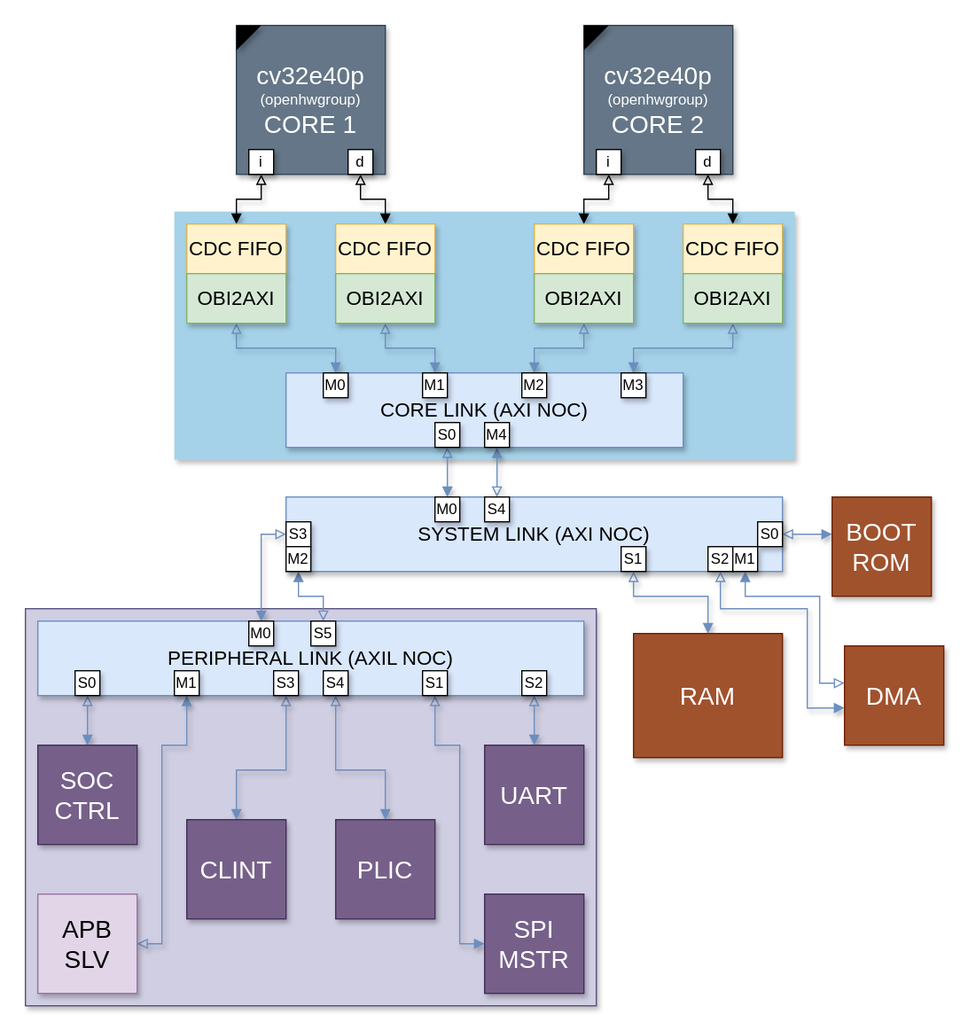
This is document/svg/dual_helix_noc_indexes.svg from DSi-VLSI/dual-helix-soc, a draw.io export, as it was before one commit. Source tidied: cells renumbered, new cells last; positions are measured from the earlier drawing's top-left corner, leaving out a move shared by most shapes.
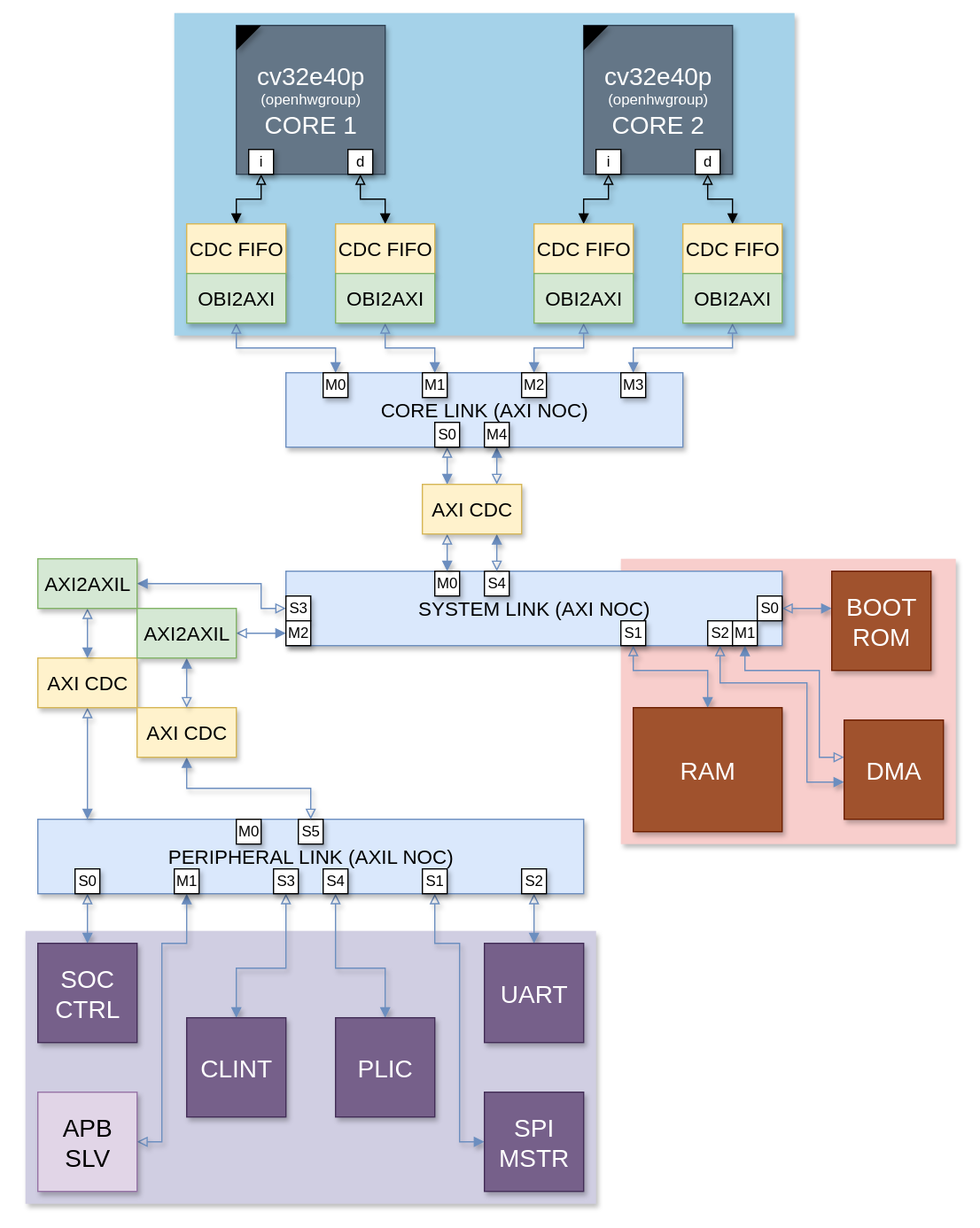
Later version of the same file.

Change to the diagram source:
```diff
@@ -5,9 +5,12 @@
     <mxCell id="2" style="rounded=0;whiteSpace=wrap;html=1;strokeColor=none;" parent="1" vertex="1">
-      <mxGeometry width="780" height="830" as="geometry" />
+      <mxGeometry width="790" height="990" as="geometry" />
     </mxCell>
+    <mxCell id="77" style="rounded=0;whiteSpace=wrap;html=1;fillColor=#f8cecc;strokeColor=none;shadow=1;" parent="1" vertex="1">
+      <mxGeometry x="500" y="450" width="270" height="230" as="geometry" />
+    </mxCell>
-    <mxCell id="3" style="rounded=0;whiteSpace=wrap;html=1;shadow=1;strokeColor=#56517e;fillColor=#d0cee2;" parent="1" vertex="1">
-      <mxGeometry x="20" y="490" width="460" height="320" as="geometry" />
+    <mxCell id="3" style="rounded=0;whiteSpace=wrap;html=1;shadow=1;strokeColor=none;fillColor=#d0cee2;" parent="1" vertex="1">
+      <mxGeometry x="20" y="750" width="460" height="220" as="geometry" />
     </mxCell>
     <mxCell id="4" style="rounded=0;whiteSpace=wrap;html=1;shadow=1;fillColor=light-dark(#a5d2e9, #7d8c9b);strokeColor=none;fontColor=#ffffff;" parent="1" vertex="1">
-      <mxGeometry x="140" y="170" width="500" height="200" as="geometry" />
+      <mxGeometry x="140" y="10" width="500" height="260" as="geometry" />
     </mxCell>
@@ -119,3 +122,3 @@
     </mxCell>
-    <mxCell id="27" style="edgeStyle=orthogonalEdgeStyle;rounded=0;jettySize=auto;html=1;endArrow=block;endFill=1;startArrow=block;startFill=0;fillColor=#dae8fc;strokeColor=#6c8ebf;shadow=1;" parent="1" edge="1" source="29" target="32">
+    <mxCell id="27" style="edgeStyle=orthogonalEdgeStyle;rounded=0;jettySize=auto;html=1;endArrow=block;endFill=1;startArrow=block;startFill=0;fillColor=#dae8fc;strokeColor=#6c8ebf;shadow=1;" parent="1" edge="1" source="29" target="80">
       <mxGeometry relative="1" as="geometry">
@@ -127,7 +130,7 @@
     </mxCell>
-    <mxCell id="28" style="edgeStyle=orthogonalEdgeStyle;rounded=0;jettySize=auto;html=1;shadow=1;strokeColor=#6c8ebf;align=center;verticalAlign=middle;fontFamily=Helvetica;fontSize=11;fontColor=default;labelBackgroundColor=default;startArrow=block;startFill=0;endArrow=block;endFill=1;fillColor=#dae8fc;" parent="1" edge="1" source="32" target="29">
+    <mxCell id="28" style="edgeStyle=orthogonalEdgeStyle;rounded=0;jettySize=auto;html=1;shadow=1;strokeColor=#6c8ebf;align=center;verticalAlign=middle;fontFamily=Helvetica;fontSize=11;fontColor=default;labelBackgroundColor=default;startArrow=block;startFill=0;endArrow=block;endFill=1;fillColor=#dae8fc;" parent="1" edge="1" source="80" target="29">
       <mxGeometry relative="1" as="geometry">
         <Array as="points">
-          <mxPoint x="400" y="380" />
-          <mxPoint x="400" y="380" />
+          <mxPoint x="400" y="370" />
+          <mxPoint x="400" y="370" />
         </Array>
@@ -138,6 +141,6 @@
     </mxCell>
-    <mxCell id="30" style="edgeStyle=orthogonalEdgeStyle;rounded=0;jettySize=auto;html=1;endArrow=block;endFill=1;startArrow=block;startFill=0;fillColor=#dae8fc;strokeColor=#6c8ebf;shadow=1;" parent="1" edge="1" source="32" target="56">
+    <mxCell id="30" style="edgeStyle=orthogonalEdgeStyle;rounded=0;jettySize=auto;html=1;endArrow=block;endFill=1;startArrow=block;startFill=0;fillColor=#dae8fc;strokeColor=#6c8ebf;shadow=1;" parent="1" edge="1" source="32" target="86">
       <mxGeometry relative="1" as="geometry">
         <Array as="points">
-          <mxPoint x="210" y="430" />
+          <mxPoint x="210" y="490" />
         </Array>
@@ -145,7 +148,7 @@
     </mxCell>
-    <mxCell id="31" style="edgeStyle=orthogonalEdgeStyle;rounded=0;jettySize=auto;html=1;endArrow=block;endFill=0;startArrow=block;startFill=1;fillColor=#dae8fc;strokeColor=#6c8ebf;" parent="1" edge="1" source="32" target="56">
+    <mxCell id="31" style="edgeStyle=orthogonalEdgeStyle;rounded=0;jettySize=auto;html=1;endArrow=block;endFill=0;startArrow=block;startFill=1;fillColor=#dae8fc;strokeColor=#6c8ebf;" parent="1" edge="1" source="32" target="88">
       <mxGeometry relative="1" as="geometry">
         <Array as="points">
-          <mxPoint x="240" y="480" />
-          <mxPoint x="260" y="480" />
+          <mxPoint x="210" y="510" />
+          <mxPoint x="210" y="510" />
         </Array>
@@ -154,3 +157,3 @@
     <mxCell id="32" value="&lt;font style=&quot;font-size: 16px;&quot;&gt;SYSTEM LINK (AXI NOC)&lt;/font&gt;" style="rounded=0;whiteSpace=wrap;html=1;shadow=1;fillColor=#dae8fc;strokeColor=#6c8ebf;" parent="1" vertex="1">
-      <mxGeometry x="230" y="400" width="400" height="60" as="geometry" />
+      <mxGeometry x="230" y="460" width="400" height="60" as="geometry" />
     </mxCell>
@@ -172,3 +175,3 @@
     <mxCell id="38" value="M0" style="rounded=0;whiteSpace=wrap;html=1;shadow=1;" parent="1" vertex="1">
-      <mxGeometry x="350" y="400" width="20" height="20" as="geometry" />
+      <mxGeometry x="350" y="460" width="20" height="20" as="geometry" />
     </mxCell>
@@ -177,4 +180,4 @@
         <Array as="points">
-          <mxPoint x="570" y="430" />
-          <mxPoint x="570" y="440" />
+          <mxPoint x="570" y="490" />
+          <mxPoint x="570" y="500" />
         </Array>
@@ -183,3 +186,3 @@
     <mxCell id="40" value="&lt;font style=&quot;font-size: 20px;&quot;&gt;BOOT&lt;/font&gt;&lt;div&gt;&lt;font style=&quot;font-size: 20px;&quot;&gt;ROM&lt;/font&gt;&lt;/div&gt;" style="rounded=0;whiteSpace=wrap;html=1;shadow=1;fillColor=#a0522d;fontColor=#ffffff;strokeColor=#6D1F00;" parent="1" vertex="1">
-      <mxGeometry x="670" y="400" width="80" height="80" as="geometry" />
+      <mxGeometry x="670" y="460" width="80" height="80" as="geometry" />
     </mxCell>
@@ -188,5 +191,5 @@
         <Array as="points">
-          <mxPoint x="580" y="490" />
-          <mxPoint x="650" y="490" />
-          <mxPoint x="650" y="570" />
+          <mxPoint x="580" y="550" />
+          <mxPoint x="650" y="550" />
+          <mxPoint x="650" y="630" />
         </Array>
@@ -197,5 +200,5 @@
         <Array as="points">
-          <mxPoint x="660" y="550" />
-          <mxPoint x="660" y="480" />
-          <mxPoint x="600" y="480" />
+          <mxPoint x="660" y="610" />
+          <mxPoint x="660" y="540" />
+          <mxPoint x="600" y="540" />
         </Array>
@@ -204,3 +207,3 @@
     <mxCell id="43" value="&lt;span style=&quot;font-size: 20px;&quot;&gt;DMA&lt;/span&gt;" style="rounded=0;whiteSpace=wrap;html=1;shadow=1;fillColor=#a0522d;fontColor=#ffffff;strokeColor=#6D1F00;" parent="1" vertex="1">
-      <mxGeometry x="680" y="520" width="80" height="80" as="geometry" />
+      <mxGeometry x="680" y="580" width="80" height="80" as="geometry" />
     </mxCell>
@@ -209,4 +212,4 @@
         <Array as="points">
-          <mxPoint x="510" y="480" />
-          <mxPoint x="570" y="480" />
+          <mxPoint x="510" y="540" />
+          <mxPoint x="570" y="540" />
         </Array>
@@ -215,15 +218,15 @@
     <mxCell id="45" value="&lt;span style=&quot;font-size: 20px;&quot;&gt;RAM&lt;/span&gt;" style="rounded=0;whiteSpace=wrap;html=1;shadow=1;fillColor=#a0522d;fontColor=#ffffff;strokeColor=#6D1F00;" parent="1" vertex="1">
-      <mxGeometry x="510" y="510" width="120" height="100" as="geometry" />
+      <mxGeometry x="510" y="570" width="120" height="100" as="geometry" />
     </mxCell>
     <mxCell id="46" value="S1" style="rounded=0;whiteSpace=wrap;html=1;shadow=1;" parent="1" vertex="1">
-      <mxGeometry x="500" y="440" width="20" height="20" as="geometry" />
+      <mxGeometry x="500" y="500" width="20" height="20" as="geometry" />
     </mxCell>
     <mxCell id="47" value="S2" style="rounded=0;whiteSpace=wrap;html=1;shadow=1;" parent="1" vertex="1">
-      <mxGeometry x="570" y="440" width="20" height="20" as="geometry" />
+      <mxGeometry x="570" y="500" width="20" height="20" as="geometry" />
     </mxCell>
     <mxCell id="48" value="S0" style="rounded=0;whiteSpace=wrap;html=1;shadow=1;" parent="1" vertex="1">
-      <mxGeometry x="610" y="420" width="20" height="20" as="geometry" />
+      <mxGeometry x="610" y="480" width="20" height="20" as="geometry" />
     </mxCell>
     <mxCell id="49" value="S3" style="rounded=0;whiteSpace=wrap;html=1;shadow=1;" parent="1" vertex="1">
-      <mxGeometry x="230" y="420" width="20" height="20" as="geometry" />
+      <mxGeometry x="230" y="480" width="20" height="20" as="geometry" />
     </mxCell>
@@ -232,4 +235,4 @@
         <Array as="points">
-          <mxPoint x="70" y="570" />
-          <mxPoint x="70" y="570" />
+          <mxPoint x="70" y="730" />
+          <mxPoint x="70" y="730" />
         </Array>
@@ -240,5 +243,5 @@
         <Array as="points">
-          <mxPoint x="350" y="600" />
-          <mxPoint x="370" y="600" />
+          <mxPoint x="350" y="760" />
           <mxPoint x="370" y="760" />
+          <mxPoint x="370" y="920" />
         </Array>
@@ -249,4 +252,4 @@
         <Array as="points">
-          <mxPoint x="430" y="570" />
-          <mxPoint x="430" y="570" />
+          <mxPoint x="430" y="730" />
+          <mxPoint x="430" y="730" />
         </Array>
@@ -257,4 +260,4 @@
         <Array as="points">
-          <mxPoint x="270" y="620" />
-          <mxPoint x="310" y="620" />
+          <mxPoint x="270" y="780" />
+          <mxPoint x="310" y="780" />
         </Array>
@@ -265,4 +268,4 @@
         <Array as="points">
-          <mxPoint x="230" y="620" />
-          <mxPoint x="190" y="620" />
+          <mxPoint x="230" y="780" />
+          <mxPoint x="190" y="780" />
         </Array>
@@ -273,5 +276,5 @@
         <Array as="points">
-          <mxPoint x="150" y="600" />
-          <mxPoint x="130" y="600" />
+          <mxPoint x="150" y="760" />
           <mxPoint x="130" y="760" />
+          <mxPoint x="130" y="920" />
         </Array>
@@ -280,39 +283,39 @@
     <mxCell id="56" value="&lt;font style=&quot;font-size: 16px;&quot;&gt;PERIPHERAL LINK (AXIL NOC)&lt;/font&gt;" style="rounded=0;whiteSpace=wrap;html=1;shadow=1;fillColor=#dae8fc;strokeColor=#6c8ebf;" parent="1" vertex="1">
-      <mxGeometry x="30" y="500" width="440" height="60" as="geometry" />
+      <mxGeometry x="30" y="660" width="440" height="60" as="geometry" />
     </mxCell>
     <mxCell id="57" value="&lt;span style=&quot;font-size: 20px;&quot;&gt;UART&lt;/span&gt;" style="rounded=0;whiteSpace=wrap;html=1;shadow=1;fillColor=#76608a;fontColor=#ffffff;strokeColor=#432D57;" parent="1" vertex="1">
-      <mxGeometry x="390" y="600" width="80" height="80" as="geometry" />
+      <mxGeometry x="390" y="760" width="80" height="80" as="geometry" />
     </mxCell>
     <mxCell id="58" value="&lt;span style=&quot;font-size: 20px;&quot;&gt;SPI&lt;/span&gt;&lt;div&gt;&lt;span style=&quot;font-size: 20px;&quot;&gt;MSTR&lt;/span&gt;&lt;/div&gt;" style="rounded=0;whiteSpace=wrap;html=1;shadow=1;fillColor=#76608a;fontColor=#ffffff;strokeColor=#432D57;" parent="1" vertex="1">
-      <mxGeometry x="390" y="720" width="80" height="80" as="geometry" />
+      <mxGeometry x="390" y="880" width="80" height="80" as="geometry" />
     </mxCell>
     <mxCell id="59" value="&lt;span style=&quot;font-size: 20px;&quot;&gt;SOC&lt;/span&gt;&lt;div&gt;&lt;span style=&quot;font-size: 20px;&quot;&gt;CTRL&lt;/span&gt;&lt;/div&gt;" style="rounded=0;whiteSpace=wrap;html=1;shadow=1;fillColor=#76608a;fontColor=#ffffff;strokeColor=#432D57;" parent="1" vertex="1">
-      <mxGeometry x="30" y="600" width="80" height="80" as="geometry" />
+      <mxGeometry x="30" y="760" width="80" height="80" as="geometry" />
     </mxCell>
     <mxCell id="60" value="&lt;span style=&quot;font-size: 20px;&quot;&gt;APB&lt;/span&gt;&lt;div&gt;&lt;span style=&quot;font-size: 20px;&quot;&gt;SLV&lt;/span&gt;&lt;/div&gt;" style="rounded=0;whiteSpace=wrap;html=1;shadow=1;fillColor=#e1d5e7;strokeColor=#9673a6;" parent="1" vertex="1">
-      <mxGeometry x="30" y="720" width="80" height="80" as="geometry" />
+      <mxGeometry x="30" y="880" width="80" height="80" as="geometry" />
     </mxCell>
     <mxCell id="61" value="&lt;span style=&quot;font-size: 20px;&quot;&gt;PLIC&lt;/span&gt;" style="rounded=0;whiteSpace=wrap;html=1;shadow=1;fillColor=#76608a;fontColor=#ffffff;strokeColor=#432D57;" parent="1" vertex="1">
-      <mxGeometry x="270" y="660" width="80" height="80" as="geometry" />
+      <mxGeometry x="270" y="820" width="80" height="80" as="geometry" />
     </mxCell>
     <mxCell id="62" value="&lt;span style=&quot;font-size: 20px;&quot;&gt;CLINT&lt;/span&gt;" style="rounded=0;whiteSpace=wrap;html=1;shadow=1;fillColor=#76608a;fontColor=#ffffff;strokeColor=#432D57;" parent="1" vertex="1">
-      <mxGeometry x="150" y="660" width="80" height="80" as="geometry" />
+      <mxGeometry x="150" y="820" width="80" height="80" as="geometry" />
     </mxCell>
     <mxCell id="63" value="S0" style="rounded=0;whiteSpace=wrap;html=1;shadow=1;" parent="1" vertex="1">
-      <mxGeometry x="60" y="540" width="20" height="20" as="geometry" />
+      <mxGeometry x="60" y="700" width="20" height="20" as="geometry" />
     </mxCell>
     <mxCell id="64" value="S2" style="rounded=0;whiteSpace=wrap;html=1;shadow=1;" parent="1" vertex="1">
-      <mxGeometry x="420" y="540" width="20" height="20" as="geometry" />
+      <mxGeometry x="420" y="700" width="20" height="20" as="geometry" />
     </mxCell>
     <mxCell id="65" value="S1" style="rounded=0;whiteSpace=wrap;html=1;shadow=1;" parent="1" vertex="1">
-      <mxGeometry x="340" y="540" width="20" height="20" as="geometry" />
+      <mxGeometry x="340" y="700" width="20" height="20" as="geometry" />
     </mxCell>
     <mxCell id="66" value="S3" style="rounded=0;whiteSpace=wrap;html=1;shadow=1;" parent="1" vertex="1">
-      <mxGeometry x="220" y="540" width="20" height="20" as="geometry" />
+      <mxGeometry x="220" y="700" width="20" height="20" as="geometry" />
     </mxCell>
     <mxCell id="67" value="S4" style="rounded=0;whiteSpace=wrap;html=1;shadow=1;" parent="1" vertex="1">
-      <mxGeometry x="260" y="540" width="20" height="20" as="geometry" />
+      <mxGeometry x="260" y="700" width="20" height="20" as="geometry" />
     </mxCell>
     <mxCell id="68" value="M1" style="rounded=0;whiteSpace=wrap;html=1;shadow=1;" parent="1" vertex="1">
-      <mxGeometry x="140" y="540" width="20" height="20" as="geometry" />
+      <mxGeometry x="140" y="700" width="20" height="20" as="geometry" />
     </mxCell>
@@ -325,15 +328,15 @@
     <mxCell id="71" value="M0" style="rounded=0;whiteSpace=wrap;html=1;shadow=1;" parent="1" vertex="1">
-      <mxGeometry x="200" y="500" width="20" height="20" as="geometry" />
+      <mxGeometry x="190" y="660" width="20" height="20" as="geometry" />
     </mxCell>
     <mxCell id="72" value="M1" style="rounded=0;whiteSpace=wrap;html=1;shadow=1;" parent="1" vertex="1">
-      <mxGeometry x="590" y="440" width="20" height="20" as="geometry" />
+      <mxGeometry x="590" y="500" width="20" height="20" as="geometry" />
     </mxCell>
     <mxCell id="73" value="S5" style="rounded=0;whiteSpace=wrap;html=1;shadow=1;" parent="1" vertex="1">
-      <mxGeometry x="250" y="500" width="20" height="20" as="geometry" />
+      <mxGeometry x="240" y="660" width="20" height="20" as="geometry" />
     </mxCell>
     <mxCell id="74" value="M2" style="rounded=0;whiteSpace=wrap;html=1;shadow=1;" parent="1" vertex="1">
-      <mxGeometry x="230" y="440" width="20" height="20" as="geometry" />
+      <mxGeometry x="230" y="500" width="20" height="20" as="geometry" />
     </mxCell>
     <mxCell id="75" value="S4" style="rounded=0;whiteSpace=wrap;html=1;shadow=1;" parent="1" vertex="1">
-      <mxGeometry x="390" y="400" width="20" height="20" as="geometry" />
+      <mxGeometry x="390" y="460" width="20" height="20" as="geometry" />
     </mxCell>
@@ -342,2 +345,50 @@
     </mxCell>
+    <mxCell id="78" style="edgeStyle=orthogonalEdgeStyle;rounded=0;jettySize=auto;html=1;shadow=1;strokeColor=#6c8ebf;align=center;verticalAlign=middle;fontFamily=Helvetica;fontSize=11;fontColor=default;labelBackgroundColor=default;startArrow=block;startFill=0;endArrow=block;endFill=1;fillColor=#dae8fc;" parent="1" edge="1" source="80" target="32">
+      <mxGeometry relative="1" as="geometry">
+        <Array as="points">
+          <mxPoint x="360" y="450" />
+          <mxPoint x="360" y="450" />
+        </Array>
+      </mxGeometry>
+    </mxCell>
+    <mxCell id="79" style="edgeStyle=orthogonalEdgeStyle;rounded=0;jettySize=auto;html=1;shadow=1;strokeColor=#6c8ebf;align=center;verticalAlign=middle;fontFamily=Helvetica;fontSize=11;fontColor=default;labelBackgroundColor=default;startArrow=block;startFill=0;endArrow=block;endFill=1;fillColor=#dae8fc;" parent="1" edge="1" source="32" target="80">
+      <mxGeometry relative="1" as="geometry">
+        <Array as="points">
+          <mxPoint x="400" y="450" />
+          <mxPoint x="400" y="450" />
+        </Array>
+      </mxGeometry>
+    </mxCell>
+    <mxCell id="80" value="&lt;font style=&quot;font-size: 16px;&quot;&gt;AXI CDC&lt;/font&gt;" style="rounded=0;whiteSpace=wrap;html=1;shadow=1;fillColor=#fff2cc;strokeColor=#d6b656;" parent="1" vertex="1">
+      <mxGeometry x="340" y="390" width="80" height="40" as="geometry" />
+    </mxCell>
+    <mxCell id="81" style="edgeStyle=orthogonalEdgeStyle;rounded=0;jettySize=auto;html=1;shadow=1;strokeColor=#6c8ebf;align=center;verticalAlign=middle;fontFamily=Helvetica;fontSize=11;fontColor=default;labelBackgroundColor=default;startArrow=block;startFill=0;endArrow=block;endFill=1;fillColor=#dae8fc;" parent="1" edge="1" source="83" target="56">
+      <mxGeometry relative="1" as="geometry">
+        <Array as="points">
+          <mxPoint x="80" y="700" />
+          <mxPoint x="210" y="700" />
+        </Array>
+      </mxGeometry>
+    </mxCell>
+    <mxCell id="82" style="edgeStyle=orthogonalEdgeStyle;rounded=0;jettySize=auto;html=1;shadow=1;strokeColor=#6c8ebf;align=center;verticalAlign=middle;fontFamily=Helvetica;fontSize=11;fontColor=default;labelBackgroundColor=default;startArrow=block;startFill=0;endArrow=block;endFill=1;fillColor=#dae8fc;" parent="1" edge="1" source="56" target="84">
+      <mxGeometry relative="1" as="geometry" />
+    </mxCell>
+    <mxCell id="83" value="&lt;font style=&quot;font-size: 16px;&quot;&gt;AXI CDC&lt;/font&gt;" style="rounded=0;whiteSpace=wrap;html=1;shadow=1;fillColor=#fff2cc;strokeColor=#d6b656;" parent="1" vertex="1">
+      <mxGeometry x="30" y="530" width="80" height="40" as="geometry" />
+    </mxCell>
+    <mxCell id="84" value="&lt;font style=&quot;font-size: 16px;&quot;&gt;AXI CDC&lt;/font&gt;" style="rounded=0;whiteSpace=wrap;html=1;shadow=1;fillColor=#fff2cc;strokeColor=#d6b656;" parent="1" vertex="1">
+      <mxGeometry x="110" y="570" width="80" height="40" as="geometry" />
+    </mxCell>
+    <mxCell id="85" style="edgeStyle=orthogonalEdgeStyle;rounded=0;jettySize=auto;html=1;shadow=1;strokeColor=#6c8ebf;align=center;verticalAlign=middle;fontFamily=Helvetica;fontSize=11;fontColor=default;labelBackgroundColor=default;startArrow=block;startFill=0;endArrow=block;endFill=1;fillColor=#dae8fc;" parent="1" edge="1" source="86" target="83">
+      <mxGeometry relative="1" as="geometry" />
+    </mxCell>
+    <mxCell id="86" value="&lt;font style=&quot;font-size: 16px;&quot;&gt;AXI2AXIL&lt;/font&gt;" style="rounded=0;whiteSpace=wrap;html=1;shadow=1;fillColor=#d5e8d4;strokeColor=#82b366;" parent="1" vertex="1">
+      <mxGeometry x="30" y="450" width="80" height="40" as="geometry" />
+    </mxCell>
+    <mxCell id="87" style="edgeStyle=orthogonalEdgeStyle;rounded=0;jettySize=auto;html=1;shadow=1;strokeColor=#6c8ebf;align=center;verticalAlign=middle;fontFamily=Helvetica;fontSize=11;fontColor=default;labelBackgroundColor=default;startArrow=block;startFill=0;endArrow=block;endFill=1;fillColor=#dae8fc;" parent="1" edge="1" source="84" target="88">
+      <mxGeometry relative="1" as="geometry" />
+    </mxCell>
+    <mxCell id="88" value="&lt;font style=&quot;font-size: 16px;&quot;&gt;AXI2AXIL&lt;/font&gt;" style="rounded=0;whiteSpace=wrap;html=1;shadow=1;fillColor=#d5e8d4;strokeColor=#82b366;" parent="1" vertex="1">
+      <mxGeometry x="110" y="490" width="80" height="40" as="geometry" />
+    </mxCell>
   </root>
```
